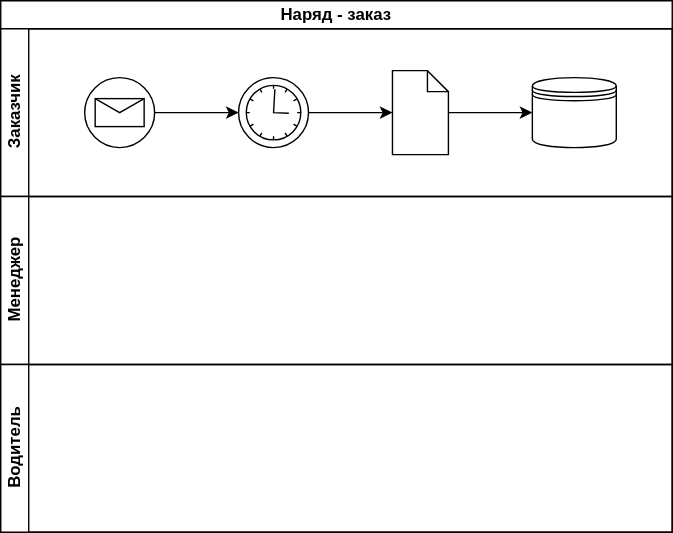
The draw.io diagram md.drawio.svg in ymksoft/plantuml-and-drawio, before a commit. Source tidied: cells renumbered, new cells last; positions are measured from the earlier drawing's top-left corner, leaving out a move shared by most shapes.
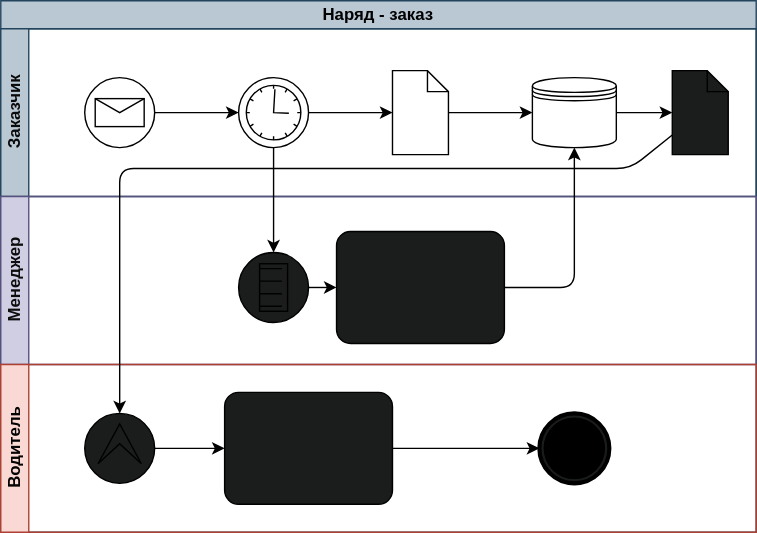
After the change.

The edit, as a diff of the source:
```diff
@@ -2,11 +2,11 @@
   <root>
     <mxCell id="0" />
     <mxCell id="1" parent="0" />
-    <mxCell id="2" value="Наряд - заказ" style="swimlane;html=1;horizontal=1;startSize=20;whiteSpace=wrap;" parent="1" vertex="1">
-      <mxGeometry width="480" height="380" as="geometry" />
+    <mxCell id="2" value="Наряд - заказ" style="swimlane;html=1;horizontal=1;startSize=20;whiteSpace=wrap;fillStyle=solid;fillColor=#bac8d3;strokeColor=#23445d;fontColor=#000000;" parent="1" vertex="1">
+      <mxGeometry width="540" height="380" as="geometry" />
     </mxCell>
-    <mxCell id="3" value="Заказчик" style="swimlane;html=1;startSize=20;horizontal=0;" parent="2" vertex="1">
-      <mxGeometry y="20" width="480" height="120" as="geometry" />
+    <mxCell id="3" value="Заказчик" style="swimlane;html=1;startSize=20;horizontal=0;fillColor=#bac8d3;strokeColor=#23445d;fontColor=#0a0a0a;" parent="2" vertex="1">
+      <mxGeometry y="20" width="540" height="120" as="geometry" />
     </mxCell>
     <mxCell id="4" style="edgeStyle=none;html=1;entryX=0;entryY=0.5;entryDx=0;entryDy=0;entryPerimeter=0;" parent="3" edge="1" source="5" target="7">
       <mxGeometry relative="1" as="geometry" />
@@ -23,17 +23,65 @@
     <mxCell id="8" style="shape=mxgraph.bpmn.data;labelPosition=center;verticalLabelPosition=bottom;align=center;verticalAlign=top;whiteSpace=wrap;size=15;html=1;" parent="3" vertex="1">
       <mxGeometry x="280" y="30" width="40" height="60" as="geometry" />
     </mxCell>
+    <mxCell id="13" style="shape=mxgraph.bpmn.data;labelPosition=center;verticalLabelPosition=bottom;align=center;verticalAlign=top;whiteSpace=wrap;size=15;html=1;fillStyle=solid;fontColor=#0d0d0d;fillColor=#1A1D1C;" parent="3" vertex="1">
+      <mxGeometry x="480" y="30" width="40" height="60" as="geometry" />
+    </mxCell>
-    <mxCell id="9" value="Менеджер" style="swimlane;html=1;startSize=20;horizontal=0;" parent="2" vertex="1">
-      <mxGeometry y="140" width="480" height="120" as="geometry" />
+    <mxCell id="9" value="Менеджер" style="swimlane;html=1;startSize=20;horizontal=0;fillColor=#d0cee2;strokeColor=#56517e;fontColor=#0d0d0d;" parent="2" vertex="1">
+      <mxGeometry y="140" width="540" height="120" as="geometry" />
     </mxCell>
+    <mxCell id="14" style="edgeStyle=none;html=1;fontColor=#0d0d0d;" parent="9" edge="1" source="15" target="16">
+      <mxGeometry relative="1" as="geometry" />
+    </mxCell>
+    <mxCell id="15" style="points=[[0.145,0.145,0],[0.5,0,0],[0.855,0.145,0],[1,0.5,0],[0.855,0.855,0],[0.5,1,0],[0.145,0.855,0],[0,0.5,0]];shape=mxgraph.bpmn.event;html=1;verticalLabelPosition=bottom;labelBackgroundColor=#ffffff;verticalAlign=top;align=center;perimeter=ellipsePerimeter;outlineConnect=0;outline=standard;symbol=conditional;fillStyle=solid;fontColor=#0d0d0d;fillColor=#1A1D1C;" parent="9" vertex="1">
+      <mxGeometry x="170" y="40" width="50" height="50" as="geometry" />
+    </mxCell>
+    <mxCell id="16" style="points=[[0.25,0,0],[0.5,0,0],[0.75,0,0],[1,0.25,0],[1,0.5,0],[1,0.75,0],[0.75,1,0],[0.5,1,0],[0.25,1,0],[0,0.75,0],[0,0.5,0],[0,0.25,0]];shape=mxgraph.bpmn.task;whiteSpace=wrap;rectStyle=rounded;size=10;html=1;taskMarker=abstract;fillStyle=solid;fontColor=#0d0d0d;fillColor=#1A1D1C;" parent="9" vertex="1">
+      <mxGeometry x="240" y="25" width="120" height="80" as="geometry" />
+    </mxCell>
-    <mxCell id="10" value="Водитель" style="swimlane;html=1;startSize=20;horizontal=0;" parent="2" vertex="1">
-      <mxGeometry y="260" width="480" height="120" as="geometry" />
+    <mxCell id="10" value="Водитель" style="swimlane;html=1;startSize=20;horizontal=0;fillColor=#fad9d5;strokeColor=#ae4132;fontColor=#030303;" parent="2" vertex="1">
+      <mxGeometry y="260" width="540" height="120" as="geometry" />
     </mxCell>
+    <mxCell id="17" style="points=[[0.145,0.145,0],[0.5,0,0],[0.855,0.145,0],[1,0.5,0],[0.855,0.855,0],[0.5,1,0],[0.145,0.855,0],[0,0.5,0]];shape=mxgraph.bpmn.event;html=1;verticalLabelPosition=bottom;labelBackgroundColor=#ffffff;verticalAlign=top;align=center;perimeter=ellipsePerimeter;outlineConnect=0;outline=end;symbol=terminate;fillStyle=solid;fontColor=#0d0d0d;fillColor=#1A1D1C;" parent="10" vertex="1">
+      <mxGeometry x="385" y="35" width="50" height="50" as="geometry" />
+    </mxCell>
+    <mxCell id="18" style="edgeStyle=none;html=1;entryX=0;entryY=0.5;entryDx=0;entryDy=0;entryPerimeter=0;fontColor=#0d0d0d;" parent="10" edge="1" source="19" target="21">
+      <mxGeometry relative="1" as="geometry" />
+    </mxCell>
+    <mxCell id="19" style="points=[[0.145,0.145,0],[0.5,0,0],[0.855,0.145,0],[1,0.5,0],[0.855,0.855,0],[0.5,1,0],[0.145,0.855,0],[0,0.5,0]];shape=mxgraph.bpmn.event;html=1;verticalLabelPosition=bottom;labelBackgroundColor=#ffffff;verticalAlign=top;align=center;perimeter=ellipsePerimeter;outlineConnect=0;outline=eventInt;symbol=escalation;fillStyle=solid;fontColor=#0d0d0d;fillColor=#1A1D1C;" parent="10" vertex="1">
+      <mxGeometry x="60" y="35" width="50" height="50" as="geometry" />
+    </mxCell>
+    <mxCell id="20" style="edgeStyle=none;html=1;entryX=0;entryY=0.5;entryDx=0;entryDy=0;entryPerimeter=0;fontColor=#0d0d0d;" parent="10" edge="1" source="21" target="17">
+      <mxGeometry relative="1" as="geometry" />
+    </mxCell>
+    <mxCell id="21" style="points=[[0.25,0,0],[0.5,0,0],[0.75,0,0],[1,0.25,0],[1,0.5,0],[1,0.75,0],[0.75,1,0],[0.5,1,0],[0.25,1,0],[0,0.75,0],[0,0.5,0],[0,0.25,0]];shape=mxgraph.bpmn.task;whiteSpace=wrap;rectStyle=rounded;size=10;html=1;taskMarker=abstract;fillStyle=solid;fontColor=#0d0d0d;fillColor=#1A1D1C;" parent="10" vertex="1">
+      <mxGeometry x="160" y="20" width="120" height="80" as="geometry" />
+    </mxCell>
+    <mxCell id="22" style="edgeStyle=none;html=1;fontColor=#0d0d0d;" parent="2" edge="1" source="7" target="15">
+      <mxGeometry relative="1" as="geometry" />
+    </mxCell>
+    <mxCell id="23" style="edgeStyle=none;html=1;entryX=0.5;entryY=0;entryDx=0;entryDy=0;entryPerimeter=0;fontColor=#0d0d0d;" parent="2" edge="1" source="13" target="19">
+      <mxGeometry relative="1" as="geometry">
+        <Array as="points">
+          <mxPoint x="450" y="120" />
+          <mxPoint x="85" y="120" />
+        </Array>
+      </mxGeometry>
+    </mxCell>
+    <mxCell id="24" style="edgeStyle=none;html=1;exitX=1;exitY=0.5;exitDx=0;exitDy=0;entryX=0;entryY=0.5;entryDx=0;entryDy=0;entryPerimeter=0;fontColor=#0d0d0d;" parent="1" edge="1" source="11" target="13">
+      <mxGeometry relative="1" as="geometry" />
+    </mxCell>
     <mxCell id="11" style="shape=datastore;whiteSpace=wrap;html=1;labelPosition=center;verticalLabelPosition=bottom;align=center;verticalAlign=top;" parent="1" vertex="1">
       <mxGeometry x="380" y="55" width="60" height="50" as="geometry" />
     </mxCell>
     <mxCell id="12" style="edgeStyle=none;html=1;" parent="1" edge="1" source="8" target="11">
       <mxGeometry relative="1" as="geometry" />
     </mxCell>
+    <mxCell id="25" style="edgeStyle=none;html=1;entryX=0.5;entryY=1;entryDx=0;entryDy=0;fontColor=#0d0d0d;" parent="1" edge="1" source="16" target="11">
+      <mxGeometry relative="1" as="geometry">
+        <Array as="points">
+          <mxPoint x="410" y="205" />
+        </Array>
+      </mxGeometry>
+    </mxCell>
   </root>
 </mxGraphModel>
```
